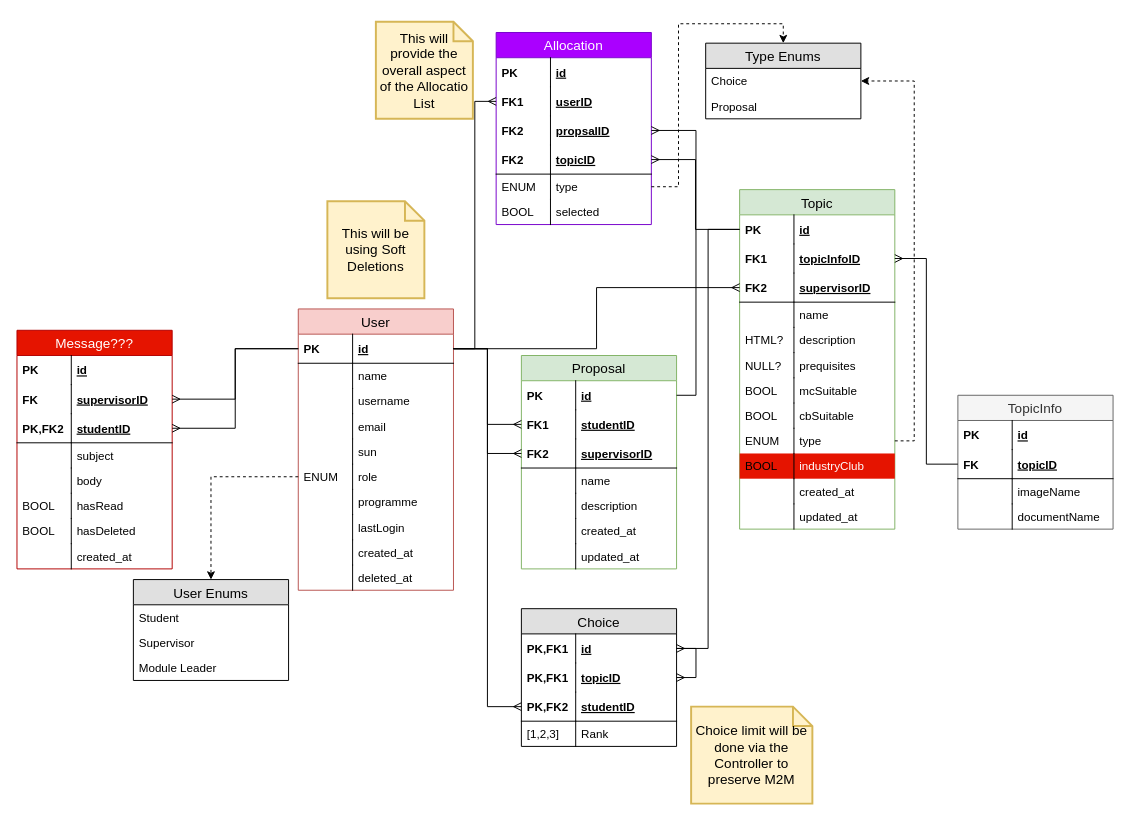
Before: DB Diagram.drawio in kkgm13/fypallocsys, a draw.io diagram. Source tidied: cells renumbered, new cells numbered last; positions are measured from the earlier drawing's top-left corner, leaving out a move shared by most shapes. Both pictures are drawn from the tidied source at 97%, with x=0, y=0 at pixel (16, 21).
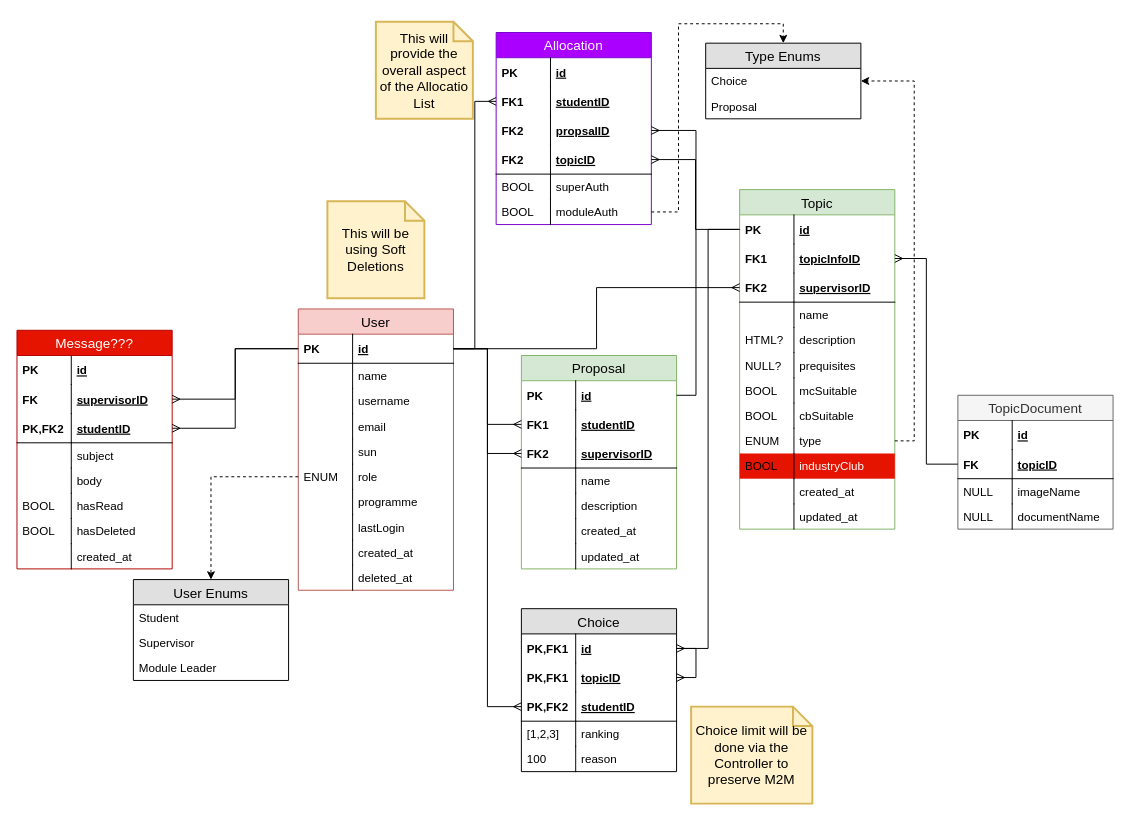
The same diagram, later.

Commit message (it also covers changes not shown here):
Add choices DB & updated DB diagram

The change refers to these unchanged cells:
```xml
<mxCell id="49" value="Allocation" style="swimlane;fontStyle=0;horizontal=1;startSize=26;fillColor=#aa00ff;swimlaneFillColor=#ffffff;align=center;fontSize=14;strokeColor=#7700CC;fontColor=#ffffff;" parent="1" vertex="1">
  <mxGeometry x="494" y="11" width="160" height="198" as="geometry" />
</mxCell>
<mxCell id="114" value="imageName" style="shape=partialRectangle;top=0;left=0;right=0;bottom=0;align=left;verticalAlign=top;fillColor=none;spacingLeft=60;spacingRight=4;overflow=hidden;fontSize=12;" parent="109" vertex="1">
  <mxGeometry y="86" width="160" height="26" as="geometry" />
</mxCell>
<mxCell id="116" value="documentName" style="shape=partialRectangle;top=0;left=0;right=0;bottom=0;align=left;verticalAlign=top;fillColor=none;spacingLeft=60;spacingRight=4;overflow=hidden;fontSize=12;" parent="109" vertex="1">
  <mxGeometry y="112" width="160" height="26" as="geometry" />
</mxCell>
```

Diff of the diagram source:
```diff
@@
-    <mxCell id="52" value="userID" style="shape=partialRectangle;top=0;left=0;right=0;bottom=0;align=left;verticalAlign=middle;fillColor=none;spacingLeft=60;spacingRight=4;overflow=hidden;points=[[0,0.5],[1,0.5]];portConstraint=eastwest;fontStyle=5;fontSize=12;" parent="49" vertex="1">
+    <mxCell id="52" value="studentID" style="shape=partialRectangle;top=0;left=0;right=0;bottom=0;align=left;verticalAlign=middle;fillColor=none;spacingLeft=60;spacingRight=4;overflow=hidden;points=[[0,0.5],[1,0.5]];portConstraint=eastwest;fontStyle=5;fontSize=12;" parent="49" vertex="1">
       <mxGeometry y="56" width="160" height="30" as="geometry" />
     </mxCell>
@@
+    <mxCell id="60" value="superAuth" style="shape=partialRectangle;top=0;left=0;right=0;bottom=0;align=left;verticalAlign=top;fillColor=none;spacingLeft=60;spacingRight=4;overflow=hidden;fontSize=12;" parent="49" vertex="1">
+      <mxGeometry y="146" width="160" height="26" as="geometry" />
+    </mxCell>
+    <mxCell id="61" value="BOOL" style="shape=partialRectangle;top=0;left=0;bottom=0;fillColor=none;align=left;verticalAlign=top;spacingLeft=4;spacingRight=4;overflow=hidden;fontSize=12;" parent="60" vertex="1">
+      <mxGeometry width="56" height="26" as="geometry" />
+    </mxCell>
-    <mxCell id="58" value="type" style="shape=partialRectangle;top=0;left=0;right=0;bottom=0;align=left;verticalAlign=top;fillColor=none;spacingLeft=60;spacingRight=4;overflow=hidden;points=[[0,0.5],[1,0.5]];portConstraint=eastwest;fontSize=12;" parent="49" vertex="1">
-      <mxGeometry y="146" width="160" height="26" as="geometry" />
+    <mxCell id="58" value="moduleAuth" style="shape=partialRectangle;top=0;left=0;right=0;bottom=0;align=left;verticalAlign=top;fillColor=none;spacingLeft=60;spacingRight=4;overflow=hidden;points=[[0,0.5],[1,0.5]];portConstraint=eastwest;fontSize=12;" parent="49" vertex="1">
+      <mxGeometry y="172" width="160" height="26" as="geometry" />
     </mxCell>
-    <mxCell id="59" value="ENUM" style="shape=partialRectangle;top=0;left=0;bottom=0;fillColor=none;align=left;verticalAlign=top;spacingLeft=4;spacingRight=4;overflow=hidden;fontSize=12;" parent="58" vertex="1">
+    <mxCell id="59" value="BOOL" style="shape=partialRectangle;top=0;left=0;bottom=0;fillColor=none;align=left;verticalAlign=top;spacingLeft=4;spacingRight=4;overflow=hidden;fontSize=12;" parent="58" vertex="1">
       <mxGeometry width="56" height="26" as="geometry" />
     </mxCell>
-    <mxCell id="60" value="selected" style="shape=partialRectangle;top=0;left=0;right=0;bottom=0;align=left;verticalAlign=top;fillColor=none;spacingLeft=60;spacingRight=4;overflow=hidden;fontSize=12;" parent="49" vertex="1">
-      <mxGeometry y="172" width="160" height="26" as="geometry" />
-    </mxCell>
-    <mxCell id="61" value="BOOL" style="shape=partialRectangle;top=0;left=0;bottom=0;fillColor=none;align=left;verticalAlign=top;spacingLeft=4;spacingRight=4;overflow=hidden;fontSize=12;" parent="60" vertex="1">
-      <mxGeometry width="56" height="26" as="geometry" />
-    </mxCell>
@@
-    <mxCell id="109" value="TopicInfo" style="swimlane;fontStyle=0;horizontal=1;startSize=26;fillColor=#f5f5f5;swimlaneFillColor=#ffffff;align=center;fontSize=14;strokeColor=#666666;fontColor=#333333;" parent="1" vertex="1">
+    <mxCell id="109" value="TopicDocument" style="swimlane;fontStyle=0;horizontal=1;startSize=26;fillColor=#f5f5f5;swimlaneFillColor=#ffffff;align=center;fontSize=14;strokeColor=#666666;fontColor=#333333;" parent="1" vertex="1">
       <mxGeometry x="970" y="385" width="160" height="138" as="geometry" />
     </mxCell>
@@
-    <mxCell id="115" style="shape=partialRectangle;top=0;left=0;bottom=0;fillColor=none;align=left;verticalAlign=top;spacingLeft=4;spacingRight=4;overflow=hidden;fontSize=12;" parent="114" vertex="1">
+    <mxCell id="115" value="NULL" style="shape=partialRectangle;top=0;left=0;bottom=0;fillColor=none;align=left;verticalAlign=top;spacingLeft=4;spacingRight=4;overflow=hidden;fontSize=12;" parent="114" vertex="1">
       <mxGeometry width="56" height="26" as="geometry" />
     </mxCell>
@@
-    <mxCell id="117" style="shape=partialRectangle;top=0;left=0;bottom=0;fillColor=none;align=left;verticalAlign=top;spacingLeft=4;spacingRight=4;overflow=hidden;fontSize=12;" parent="116" vertex="1">
+    <mxCell id="117" value="NULL" style="shape=partialRectangle;top=0;left=0;bottom=0;fillColor=none;align=left;verticalAlign=top;spacingLeft=4;spacingRight=4;overflow=hidden;fontSize=12;" parent="116" vertex="1">
       <mxGeometry width="56" height="26" as="geometry" />
     </mxCell>
@@
     <mxCell id="123" value="Choice" style="swimlane;fontStyle=0;horizontal=1;startSize=26;fillColor=#e0e0e0;swimlaneFillColor=#ffffff;align=center;fontSize=14;" parent="1" vertex="1">
-      <mxGeometry x="520" y="605" width="160" height="142" as="geometry" />
+      <mxGeometry x="520" y="605" width="160" height="168" as="geometry" />
     </mxCell>
@@
+    <mxCell id="136" value="ranking" style="shape=partialRectangle;top=0;left=0;right=0;bottom=0;align=left;verticalAlign=top;fillColor=none;spacingLeft=60;spacingRight=4;overflow=hidden;fontSize=12;" parent="123" vertex="1">
+      <mxGeometry y="116" width="160" height="26" as="geometry" />
+    </mxCell>
+    <mxCell id="137" value="[1,2,3]" style="shape=partialRectangle;top=0;left=0;bottom=0;fillColor=none;align=left;verticalAlign=top;spacingLeft=4;spacingRight=4;overflow=hidden;fontSize=12;" parent="136" vertex="1">
+      <mxGeometry width="56" height="26" as="geometry" />
+    </mxCell>
-    <mxCell id="131" value="Rank" style="shape=partialRectangle;top=0;left=0;right=0;bottom=0;align=left;verticalAlign=top;fillColor=none;spacingLeft=60;spacingRight=4;overflow=hidden;fontSize=12;" parent="123" vertex="1">
-      <mxGeometry y="116" width="160" height="26" as="geometry" />
+    <mxCell id="131" value="reason" style="shape=partialRectangle;top=0;left=0;right=0;bottom=0;align=left;verticalAlign=top;fillColor=none;spacingLeft=60;spacingRight=4;overflow=hidden;fontSize=12;" parent="123" vertex="1">
+      <mxGeometry y="142" width="160" height="26" as="geometry" />
     </mxCell>
-    <mxCell id="132" value="[1,2,3]" style="shape=partialRectangle;top=0;left=0;bottom=0;fillColor=none;align=left;verticalAlign=top;spacingLeft=4;spacingRight=4;overflow=hidden;fontSize=12;" parent="131" vertex="1">
+    <mxCell id="132" value="100" style="shape=partialRectangle;top=0;left=0;bottom=0;fillColor=none;align=left;verticalAlign=top;spacingLeft=4;spacingRight=4;overflow=hidden;fontSize=12;" parent="131" vertex="1">
       <mxGeometry width="56" height="26" as="geometry" />
     </mxCell>
```
